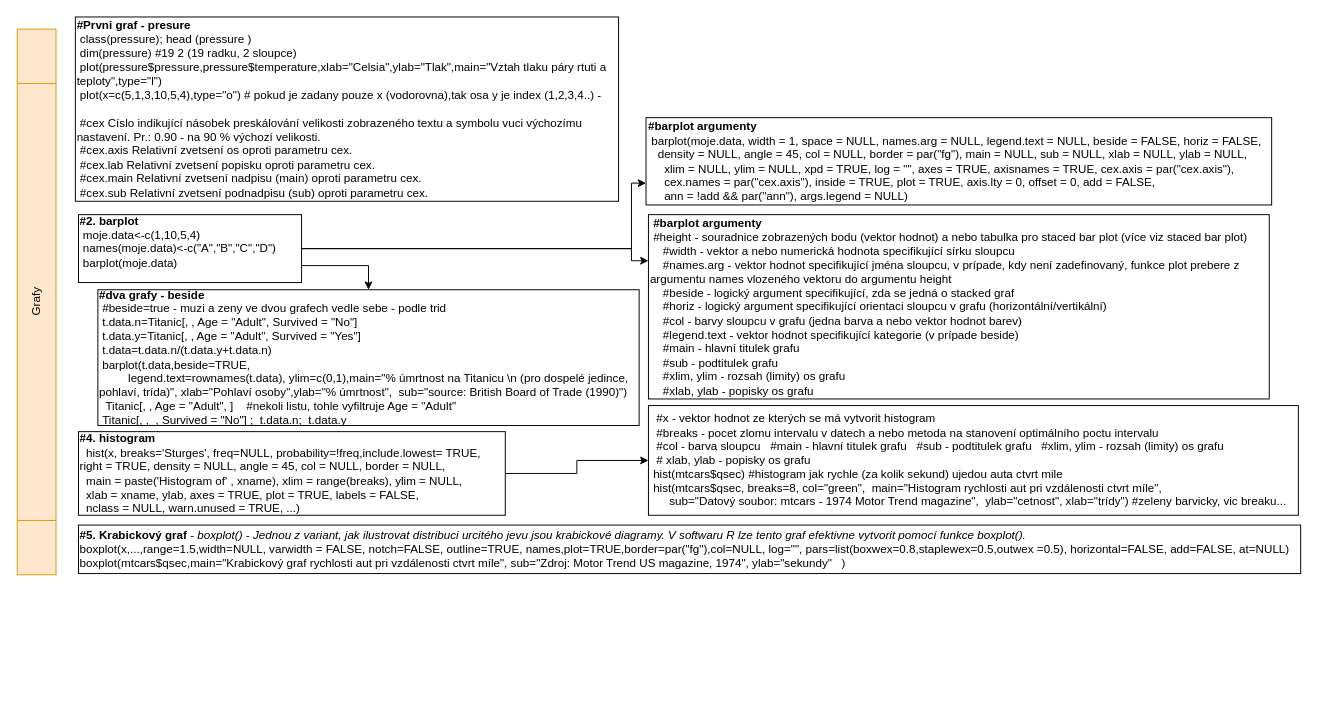
Earlier version of the draw.io diagram page "Grafy" (6 of 7) of MDAV_UCL.drawio (pama78/ucl). Source tidied: cells renumbered, new cells numbered last; positions are measured from the earlier drawing's top-left corner, leaving out a move shared by most shapes. Both pictures are drawn from the tidied source at 97%, with x=0, y=0 at pixel (-237, 16).
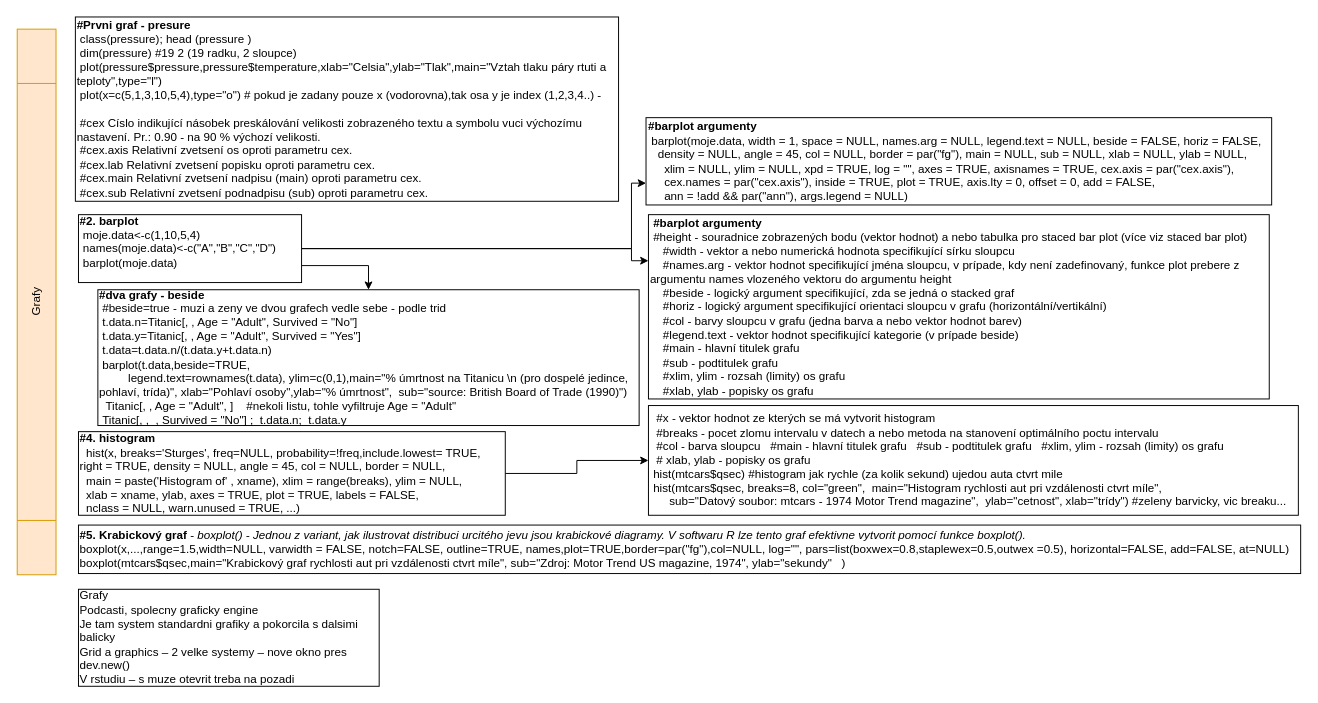
The same diagram, later.

Change to the diagram source:
```diff
@@
 <mxGraphModel>
   <root>
     <mxCell id="0" />
     <mxCell id="1" parent="0" />
     <mxCell id="2" value="&lt;div&gt;&lt;b&gt;#Prvni graf - presure&lt;/b&gt;&lt;/div&gt;&lt;div&gt;&amp;nbsp;class(pressure); head (pressure )&lt;/div&gt;&lt;div&gt;&amp;nbsp;dim(pressure) #19 2 (19 radku, 2 sloupce)&lt;/div&gt;&lt;div&gt;&amp;nbsp;plot(pressure$pressure,pressure$temperature,xlab=&quot;Celsia&quot;,ylab=&quot;Tlak&quot;,main=&quot;Vztah tlaku páry rtuti a teploty&quot;,type=&quot;l&quot;)&lt;/div&gt;&lt;div&gt;&amp;nbsp;plot(x=c(5,1,3,10,5,4),type=&quot;o&quot;) # pokud je zadany pouze x (vodorovna),tak osa y je index (1,2,3,4..) -&amp;nbsp;&lt;/div&gt;&lt;div&gt;&amp;nbsp;&lt;/div&gt;&lt;div&gt;&amp;nbsp;#cex&lt;span style=&quot;white-space: pre&quot;&gt; &lt;/span&gt;Císlo indikující násobek preskálování velikosti zobrazeného textu a symbolu vuci výchozímu nastavení. Pr.: 0.90 - na 90 % výchozí velikosti.&lt;/div&gt;&lt;div&gt;&amp;nbsp;#cex.axis&lt;span style=&quot;white-space: pre&quot;&gt; &lt;/span&gt;Relativní zvetsení os oproti parametru cex.&lt;/div&gt;&lt;div&gt;&amp;nbsp;#cex.lab&lt;span style=&quot;white-space: pre&quot;&gt; &lt;/span&gt;Relativní zvetsení popisku oproti parametru cex.&lt;/div&gt;&lt;div&gt;&amp;nbsp;#cex.main&lt;span style=&quot;white-space: pre&quot;&gt; &lt;/span&gt;Relativní zvetsení nadpisu (main) oproti parametru cex.&lt;/div&gt;&lt;div&gt;&amp;nbsp;#cex.sub&lt;span style=&quot;white-space: pre&quot;&gt; &lt;/span&gt;Relativní zvetsení podnadpisu (sub) oproti parametru cex.&lt;/div&gt;" style="rounded=0;whiteSpace=wrap;html=1;align=left;" parent="1" vertex="1">
       <mxGeometry x="321.2" width="560" height="190" as="geometry" />
     </mxCell>
     <mxCell id="3" value="Grafy" style="shape=process;whiteSpace=wrap;html=1;backgroundOutline=1;fillColor=#ffe6cc;strokeColor=#d79b00;rotation=-90;" parent="1" vertex="1">
       <mxGeometry y="273.8" width="562.5" height="40" as="geometry" />
     </mxCell>
     <mxCell id="4" style="edgeStyle=orthogonalEdgeStyle;rounded=0;jettySize=auto;html=1;entryX=0;entryY=0.75;entryDx=0;entryDy=0;" parent="1" edge="1" source="7" target="8">
       <mxGeometry relative="1" as="geometry">
         <Array as="points">
           <mxPoint x="894.5" y="238.8" />
           <mxPoint x="894.5" y="171.8" />
         </Array>
       </mxGeometry>
     </mxCell>
     <mxCell id="5" style="edgeStyle=orthogonalEdgeStyle;rounded=0;jettySize=auto;html=1;exitX=1;exitY=0.5;exitDx=0;exitDy=0;entryX=0;entryY=0.25;entryDx=0;entryDy=0;" parent="1" edge="1" source="7" target="9">
       <mxGeometry relative="1" as="geometry">
         <Array as="points">
           <mxPoint x="894.5" y="238.8" />
           <mxPoint x="894.5" y="251.8" />
         </Array>
       </mxGeometry>
     </mxCell>
     <mxCell id="6" style="edgeStyle=orthogonalEdgeStyle;rounded=0;jettySize=auto;html=1;exitX=1;exitY=0.75;exitDx=0;exitDy=0;entryX=0.5;entryY=0;entryDx=0;entryDy=0;" parent="1" edge="1" source="7" target="10">
       <mxGeometry relative="1" as="geometry" />
     </mxCell>
     <mxCell id="7" value="&lt;div&gt;&lt;b&gt;#2. barplot&lt;/b&gt;&lt;/div&gt;&lt;div&gt;&amp;nbsp;moje.data&amp;lt;-c(1,10,5,4)&lt;/div&gt;&lt;div&gt;&amp;nbsp;names(moje.data)&amp;lt;-c(&quot;A&quot;,&quot;B&quot;,&quot;C&quot;,&quot;D&quot;)&lt;/div&gt;&lt;div&gt;&amp;nbsp;barplot(moje.data)&lt;/div&gt;&lt;div&gt;&lt;br&gt;&lt;/div&gt;" style="rounded=0;whiteSpace=wrap;html=1;align=left;" parent="1" vertex="1">
       <mxGeometry x="324.4" y="203.8" width="230" height="70" as="geometry" />
     </mxCell>
     <mxCell id="8" value="&lt;div&gt;&lt;b&gt;#barplot argumenty&lt;/b&gt;&lt;/div&gt;&lt;div&gt;&amp;nbsp;barplot(moje.data, width = 1, space = NULL,&amp;nbsp;&lt;span&gt;names.arg = NULL, legend.text = NULL, beside = FALSE,&lt;/span&gt;&lt;span&gt;&amp;nbsp;horiz = FALSE,&amp;nbsp; &amp;nbsp; &amp;nbsp; &amp;nbsp;density = NULL, angle = 45,&amp;nbsp;&lt;/span&gt;&lt;span&gt;col = NULL, border = par(&quot;fg&quot;),&amp;nbsp;&lt;/span&gt;&lt;span&gt;main = NULL, sub = NULL, xlab = NULL, ylab = NULL,&lt;/span&gt;&lt;/div&gt;&lt;div&gt;&amp;nbsp; &amp;nbsp; &amp;nbsp;xlim = NULL, ylim = NULL, xpd = TRUE, log = &quot;&quot;,&lt;span&gt;&amp;nbsp;axes = TRUE, axisnames = TRUE,&amp;nbsp;&lt;/span&gt;&lt;span&gt;cex.axis = par(&quot;cex.axis&quot;),&amp;nbsp; &amp;nbsp; &amp;nbsp; &amp;nbsp; &amp;nbsp; &amp;nbsp; &amp;nbsp; &amp;nbsp; &amp;nbsp;cex.names = par(&quot;cex.axis&quot;),&amp;nbsp;&lt;/span&gt;&lt;span&gt;inside = TRUE, plot = TRUE, axis.lty = 0, offset = 0,&amp;nbsp;&lt;/span&gt;&lt;span&gt;add = FALSE,&amp;nbsp;&lt;/span&gt;&lt;/div&gt;&lt;div&gt;&lt;span&gt;&amp;nbsp; &amp;nbsp; &amp;nbsp;ann = !add &amp;amp;&amp;amp; par(&quot;ann&quot;), args.legend = NULL)&lt;/span&gt;&lt;/div&gt;" style="rounded=0;whiteSpace=wrap;html=1;align=left;" parent="1" vertex="1">
       <mxGeometry x="909.5" y="103.8" width="645" height="90" as="geometry" />
     </mxCell>
     <mxCell id="9" value="&lt;div&gt;&amp;nbsp;&lt;b&gt;#barplot argumenty&lt;/b&gt;&lt;/div&gt;&lt;div&gt;&amp;nbsp;#height - souradnice zobrazených bodu (vektor hodnot) a nebo tabulka pro staced bar plot (více viz staced bar plot)&lt;/div&gt;&lt;div&gt;&amp;nbsp; &amp;nbsp; #width - vektor a nebo numerická hodnota specifikující sírku sloupcu&lt;/div&gt;&lt;div&gt;&amp;nbsp; &amp;nbsp; #names.arg - vektor hodnot specifikující jména sloupcu, v prípade, kdy není zadefinovaný, funkce plot prebere z argumentu names vlozeného vektoru do argumentu height&lt;/div&gt;&lt;div&gt;&amp;nbsp; &amp;nbsp; #beside - logický argument specifikující, zda se jedná o stacked graf&lt;/div&gt;&lt;div&gt;&amp;nbsp; &amp;nbsp; #horiz - logický argument specifikující orientaci sloupcu v grafu (horizontální/vertikální)&lt;/div&gt;&lt;div&gt;&amp;nbsp; &amp;nbsp; #col - barvy sloupcu v grafu (jedna barva a nebo vektor hodnot barev)&lt;/div&gt;&lt;div&gt;&amp;nbsp; &amp;nbsp; #legend.text - vektor hodnot specifikující kategorie (v prípade beside)&lt;/div&gt;&lt;div&gt;&amp;nbsp; &amp;nbsp; #main - hlavní titulek grafu&lt;/div&gt;&lt;div&gt;&amp;nbsp; &amp;nbsp; #sub - podtitulek grafu&lt;/div&gt;&lt;div&gt;&amp;nbsp; &amp;nbsp; #xlim, ylim - rozsah (limity) os grafu&lt;/div&gt;&lt;div&gt;&amp;nbsp; &amp;nbsp; #xlab, ylab - popisky os grafu&lt;/div&gt;" style="rounded=0;whiteSpace=wrap;html=1;align=left;" parent="1" vertex="1">
       <mxGeometry x="912" y="203.8" width="640" height="190" as="geometry" />
     </mxCell>
     <mxCell id="10" value="&lt;b&gt;#dva grafy - beside&lt;br&gt;&lt;/b&gt;&lt;div&gt;&amp;nbsp;#beside=true - muzi a zeny ve dvou grafech vedle sebe - podle trid&lt;/div&gt;&lt;div&gt;&amp;nbsp;t.data.n=Titanic[, , Age = &quot;Adult&quot;, Survived = &quot;No&quot;]&lt;/div&gt;&lt;div&gt;&amp;nbsp;t.data.y=Titanic[, , Age = &quot;Adult&quot;, Survived = &quot;Yes&quot;]&lt;/div&gt;&lt;div&gt;&amp;nbsp;t.data=t.data.n/(t.data.y+t.data.n)&lt;/div&gt;&lt;div&gt;&amp;nbsp;barplot(t.data,beside=TRUE,&lt;/div&gt;&lt;div&gt;&amp;nbsp; &amp;nbsp; &amp;nbsp; &amp;nbsp; &amp;nbsp;legend.text=rownames(t.data),&amp;nbsp;&lt;span&gt;ylim=c(0,1),main=&quot;% úmrtnost na Titanicu \n (pro dospelé jedince, pohlaví, trída)&quot;,&amp;nbsp;&lt;/span&gt;&lt;span&gt;xlab=&quot;Pohlaví osoby&quot;,ylab=&quot;% úmrtnost&quot;,&amp;nbsp;&lt;/span&gt;&lt;span&gt;&amp;nbsp;sub=&quot;source: British Board of Trade (1990)&quot;)&lt;/span&gt;&lt;/div&gt;&lt;div&gt;&amp;nbsp;&lt;span&gt;&amp;nbsp;Titanic[, , Age = &quot;Adult&quot;, ]&amp;nbsp; &amp;nbsp; #nekoli listu, tohle vyfiltruje Age = &quot;Adult&quot;&amp;nbsp;&lt;/span&gt;&lt;/div&gt;&lt;div&gt;&amp;nbsp;Titanic[, ,&amp;nbsp; , Survived = &quot;No&quot;] ;&amp;nbsp; t.data.n;&amp;nbsp; t.data.y&lt;span&gt;&amp;nbsp;&lt;/span&gt;&lt;/div&gt;" style="rounded=0;whiteSpace=wrap;html=1;align=left;" parent="1" vertex="1">
       <mxGeometry x="344.4" y="281.2" width="558" height="140" as="geometry" />
     </mxCell>
     <mxCell id="11" style="edgeStyle=orthogonalEdgeStyle;rounded=0;jettySize=auto;html=1;exitX=1;exitY=0.5;exitDx=0;exitDy=0;" parent="1" edge="1" source="12" target="13">
       <mxGeometry relative="1" as="geometry" />
     </mxCell>
     <mxCell id="12" value="&lt;div&gt;&lt;b&gt;#4. histogram&lt;/b&gt;&lt;/div&gt;&lt;div&gt;&amp;nbsp; hist(x, breaks='Sturges',&amp;nbsp;&lt;span&gt;freq=NULL, probability=!freq,&lt;/span&gt;&lt;span&gt;include.lowest= TRUE,&amp;nbsp; &amp;nbsp; right = TRUE,&amp;nbsp;&lt;/span&gt;&lt;span&gt;density = NULL, angle = 45, col = NULL, border = NULL,&lt;/span&gt;&lt;/div&gt;&lt;div&gt;&amp;nbsp; main = paste('Histogram of' , xname),&amp;nbsp;&lt;span&gt;xlim = range(breaks), ylim = NULL,&lt;/span&gt;&lt;/div&gt;&lt;div&gt;&amp;nbsp; xlab = xname, ylab,&amp;nbsp;&lt;span&gt;axes = TRUE, plot = TRUE, labels = FALSE,&lt;/span&gt;&lt;/div&gt;&lt;div&gt;&amp;nbsp; nclass = NULL, warn.unused = TRUE, ...)&lt;/div&gt;" style="rounded=0;whiteSpace=wrap;html=1;align=left;" parent="1" vertex="1">
       <mxGeometry x="324.4" y="427.5" width="440" height="86.2" as="geometry" />
     </mxCell>
     <mxCell id="13" value="&lt;div&gt;&lt;br&gt;&lt;/div&gt;&lt;div&gt;&amp;nbsp; #x - vektor hodnot ze kterých se má vytvorit histogram&lt;/div&gt;&lt;div&gt;&amp;nbsp; #breaks - pocet zlomu intervalu v datech a nebo metoda na stanovení optimálního poctu intervalu&lt;/div&gt;&lt;div&gt;&amp;nbsp; #col - barva sloupcu&amp;nbsp; &amp;nbsp;#main - hlavní titulek grafu&amp;nbsp; &amp;nbsp;#sub - podtitulek grafu&amp;nbsp; &amp;nbsp;#xlim, ylim - rozsah (limity) os grafu&lt;/div&gt;&lt;div&gt;&amp;nbsp; # xlab, ylab - popisky os grafu&lt;/div&gt;&lt;div&gt;&amp;nbsp;&lt;span&gt;hist(mtcars$qsec) #histogram jak rychle (za kolik sekund) ujedou auta ctvrt mile&lt;/span&gt;&lt;/div&gt;&lt;div&gt;&amp;nbsp;&lt;span&gt;hist(mtcars$qsec, breaks=8, col=&quot;green&quot;,&amp;nbsp; main=&quot;Histogram rychlosti aut pri vzdálenosti ctvrt míle&quot;,&lt;/span&gt;&lt;/div&gt;&lt;div&gt;&amp;nbsp; &amp;nbsp; &amp;nbsp; sub=&quot;Datový soubor: mtcars - 1974 Motor Trend magazine&quot;,&amp;nbsp; ylab=&quot;cetnost&quot;, xlab=&quot;trídy&quot;) #zeleny barvicky, vic breaku...&lt;/div&gt;&lt;div&gt;&lt;br&gt;&lt;/div&gt;" style="rounded=0;whiteSpace=wrap;html=1;align=left;" parent="1" vertex="1">
       <mxGeometry x="912" y="400.6" width="670" height="113.1" as="geometry" />
     </mxCell>
     <mxCell id="14" value="&lt;div&gt;&lt;b&gt;#5. Krabickový graf &lt;/b&gt;-&lt;i&gt; boxplot() - Jednou z variant, jak ilustrovat distribuci urcitého jevu jsou krabickové diagramy. V softwaru R lze tento graf efektivne vytvorit pomocí funkce boxplot().&lt;/i&gt;&lt;/div&gt;&lt;div&gt;boxplot(x,...,range=1.5,width=NULL, varwidth = FALSE,&lt;span&gt;&amp;nbsp;notch=FALSE, outline=TRUE, names,plot=TRUE,&lt;/span&gt;&lt;span&gt;border=par(&quot;fg&quot;),col=NULL, log=&quot;&quot;,&lt;/span&gt;&lt;span&gt;&amp;nbsp;pars=list(boxwex=0.8,staplewex=0.5,outwex =0.5),&lt;/span&gt;&lt;span&gt;&amp;nbsp;horizontal=FALSE, add=FALSE, at=NULL)&lt;/span&gt;&lt;/div&gt;&lt;div&gt;&lt;span&gt;boxplot(mtcars$qsec,&lt;/span&gt;&lt;span&gt;main=&quot;Krabickový graf rychlosti aut pri vzdálenosti ctvrt míle&quot;,&amp;nbsp;&lt;/span&gt;&lt;span&gt;sub=&quot;Zdroj: Motor Trend US magazine, 1974&quot;,&amp;nbsp;&lt;/span&gt;&lt;span&gt;ylab=&quot;sekundy&quot;&lt;/span&gt;&lt;span&gt;&amp;nbsp; &amp;nbsp;)&lt;/span&gt;&lt;br&gt;&lt;/div&gt;" style="rounded=0;whiteSpace=wrap;html=1;align=left;" parent="1" vertex="1">
       <mxGeometry x="324.4" y="523.8" width="1260" height="50" as="geometry" />
     </mxCell>
+    <mxCell id="15" value="&lt;div&gt;Grafy&lt;/div&gt;&lt;div&gt;Podcasti, spolecny graficky engine&lt;/div&gt;&lt;div&gt;Je tam system standardni grafiky a pokorcila s dalsimi balicky&lt;/div&gt;&lt;div&gt;Grid a graphics – 2 velke systemy – nove okno pres dev.new()&amp;nbsp;&lt;/div&gt;&lt;div&gt;V rstudiu – s muze otevrit treba na pozadi&lt;/div&gt;" style="rounded=0;whiteSpace=wrap;html=1;align=left;" parent="1" vertex="1">
+      <mxGeometry x="324.4" y="590" width="310" height="100" as="geometry" />
+    </mxCell>
   </root>
 </mxGraphModel>
```
